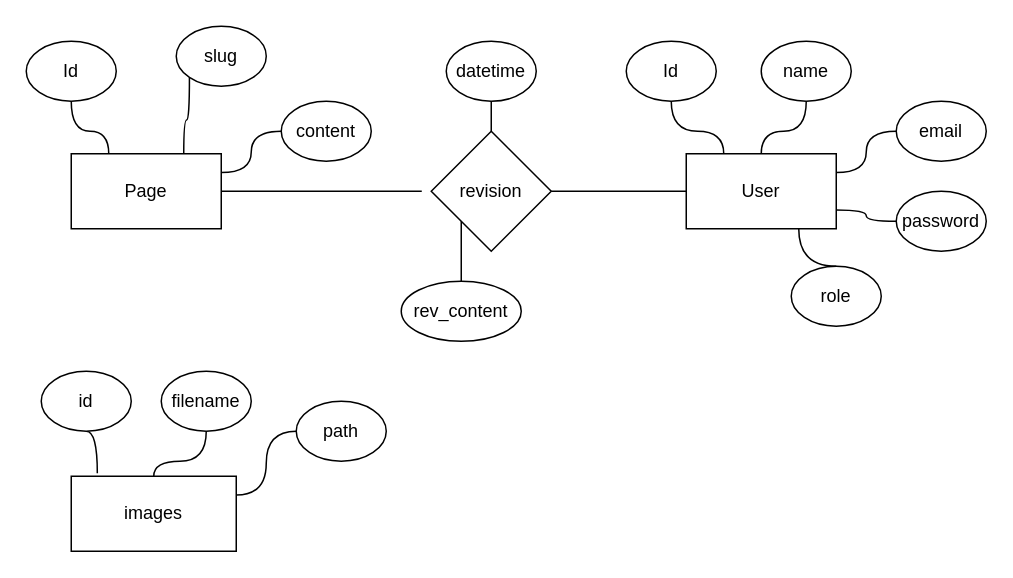
Earlier version of the draw.io diagram Untitled Diagram.drawio (vaighir/-CMS-WIKI-FI9E). Source tidied: cells renumbered, new cells numbered last; positions are measured from the earlier drawing's top-left corner, leaving out a move shared by most shapes. Both pictures are drawn from the tidied source at 150%, with x=0, y=0 at pixel (26, 26).
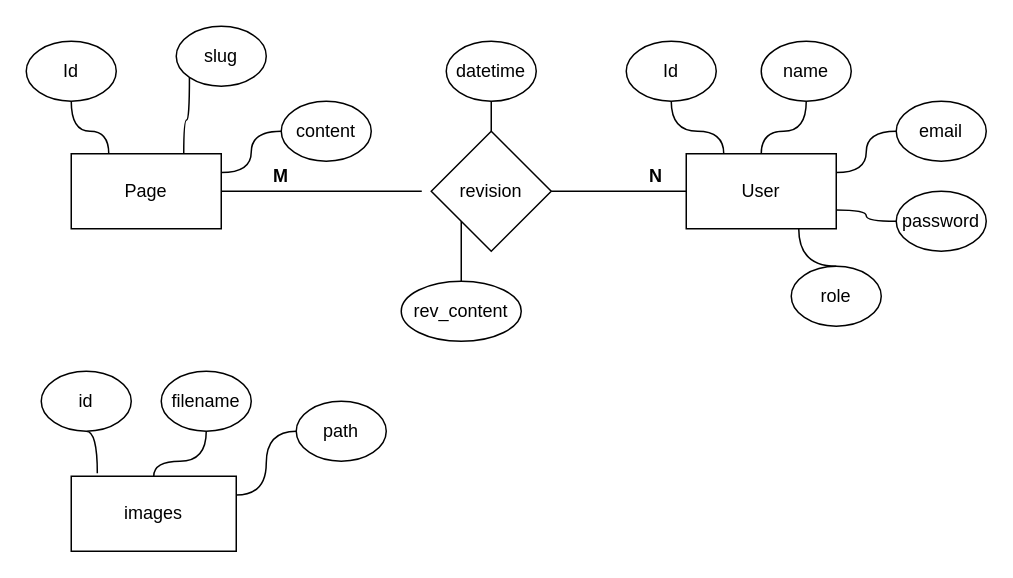
The same page after the edit.

Change to the diagram source:
```diff
@@
+    <mxCell id="34" value="&lt;b&gt;N&lt;/b&gt;" style="text;html=1;strokeColor=none;fillColor=none;align=center;verticalAlign=middle;whiteSpace=wrap;rounded=0;" parent="1" vertex="1">
+      <mxGeometry x="400" y="90" width="40" height="20" as="geometry" />
+    </mxCell>
+    <mxCell id="35" value="&lt;b&gt;M&lt;br&gt;&lt;/b&gt;" style="text;html=1;strokeColor=none;fillColor=none;align=center;verticalAlign=middle;whiteSpace=wrap;rounded=0;" parent="1" vertex="1">
+      <mxGeometry x="150" y="90" width="40" height="20" as="geometry" />
+    </mxCell>
```
